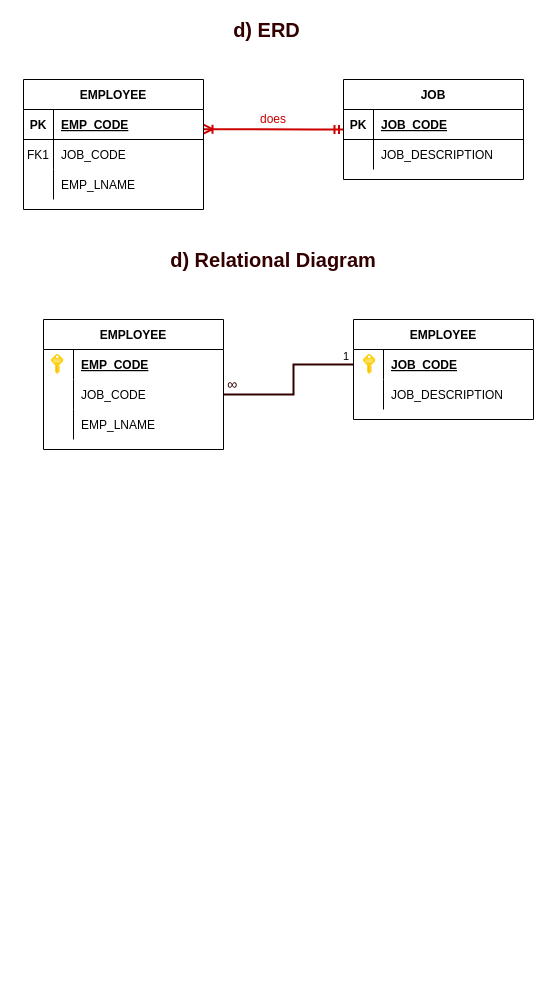
Above: ERG3010-A2.drawio in EliWangC/Database-SQL (draw.io), before the change. Source tidied: cells renumbered, new cells numbered last; positions are measured from the earlier drawing's top-left corner, leaving out a move shared by most shapes. Both pictures are drawn from the tidied source at 100%, with x=0, y=0 at pixel (23, 19).
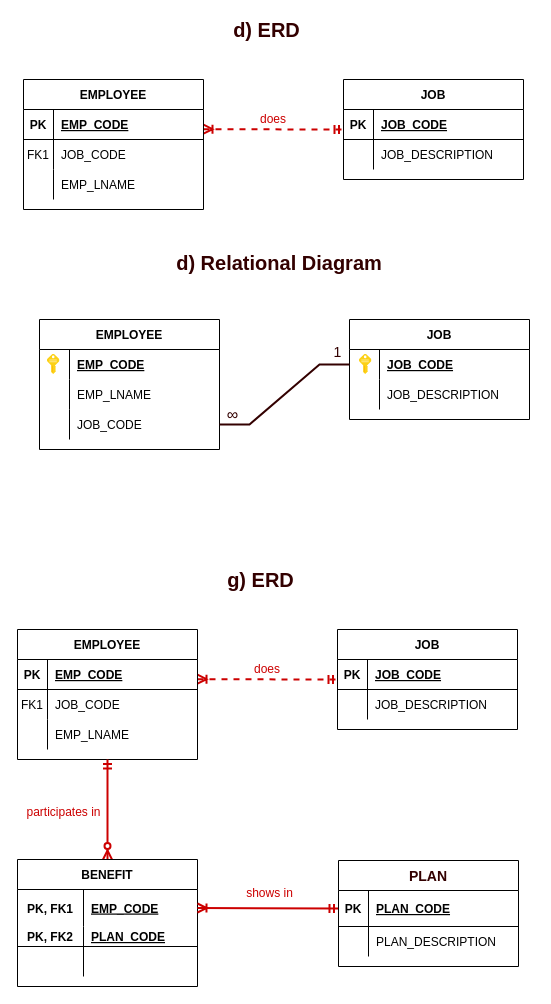
After the change.

The change refers to these unchanged cells:
```xml
<mxCell id="14" value="JOB" style="shape=table;startSize=30;childLayout=tableLayout;rowLines=0;fontStyle=1;align=center;" parent="1" vertex="1">
  <mxGeometry x="320" y="60" width="180" height="100" as="geometry" />
</mxCell>
<mxCell id="36" style="shape=partialRectangle;fillColor=none;top=0;left=0;bottom=1;right=0;points=[[0,0.5],[1,0.5]];portConstraint=eastwest;strokeColor=none;" parent="35" vertex="1">
  <mxGeometry y="30" width="180" height="30" as="geometry" />
</mxCell>
```

Change to the diagram source:
```diff
@@
-    <mxCell id="2" style="edgeStyle=entityRelationEdgeStyle;fontSize=12;html=1;endArrow=ERmandOne;startArrow=ERoneToMany;rounded=0;entryX=0;entryY=0.5;entryDx=0;entryDy=0;strokeColor=#CC0000;strokeWidth=2;" parent="1" edge="1" target="14">
+    <mxCell id="2" style="edgeStyle=entityRelationEdgeStyle;fontSize=12;html=1;endArrow=ERmandOne;startArrow=ERoneToMany;rounded=0;entryX=0;entryY=0.5;entryDx=0;entryDy=0;strokeColor=#CC0000;strokeWidth=2;dashed=1;" parent="1" edge="1" target="14">
       <mxGeometry relative="1" as="geometry">
         <mxPoint x="180" y="109.7" as="sourcePoint" />
       </mxGeometry>
     </mxCell>
@@
     <mxCell id="22" value="d) Relational Diagram" style="text;html=1;strokeColor=none;fillColor=none;align=center;verticalAlign=middle;whiteSpace=wrap;rounded=0;fontColor=#330000;fontStyle=1;fontSize=20;" parent="1" vertex="1">
-      <mxGeometry x="110" y="230" width="280" height="20" as="geometry" />
+      <mxGeometry x="116" y="233" width="280" height="20" as="geometry" />
     </mxCell>
@@
     <mxCell id="24" value="EMPLOYEE" style="shape=table;startSize=30;childLayout=tableLayout;rowLines=0;fontStyle=1;align=center;" parent="1" vertex="1">
-      <mxGeometry x="20" y="300" width="180" height="130" as="geometry" />
+      <mxGeometry x="16" y="300" width="180" height="130" as="geometry" />
     </mxCell>
@@
+    <mxCell id="31" style="shape=partialRectangle;fillColor=none;top=0;left=0;bottom=0;right=0;" parent="24" vertex="1">
+      <mxGeometry y="60" width="180" height="30" as="geometry" />
+    </mxCell>
+    <mxCell id="32" style="shape=partialRectangle;fillColor=none;top=0;left=0;bottom=0;right=0;overflow=hidden;strokeColor=none;" parent="31" vertex="1">
+      <mxGeometry width="30" height="30" as="geometry" />
+    </mxCell>
+    <mxCell id="33" value="EMP_LNAME" style="shape=partialRectangle;fillColor=none;top=0;left=0;bottom=0;right=0;align=left;spacingLeft=6;overflow=hidden;verticalAlign=middle;" parent="31" vertex="1">
+      <mxGeometry x="30" width="150" height="30" as="geometry" />
+    </mxCell>
     <mxCell id="28" style="shape=partialRectangle;fillColor=none;top=0;left=0;bottom=0;right=0;points=[[0,0.5],[1,0.5]];portConstraint=eastwest;" parent="24" vertex="1">
-      <mxGeometry y="60" width="180" height="30" as="geometry" />
+      <mxGeometry y="90" width="180" height="30" as="geometry" />
     </mxCell>
@@
-    <mxCell id="31" style="shape=partialRectangle;fillColor=none;top=0;left=0;bottom=0;right=0;" parent="24" vertex="1">
-      <mxGeometry y="90" width="180" height="30" as="geometry" />
-    </mxCell>
-    <mxCell id="32" style="shape=partialRectangle;fillColor=none;top=0;left=0;bottom=0;right=0;overflow=hidden;strokeColor=none;" parent="31" vertex="1">
-      <mxGeometry width="30" height="30" as="geometry" />
-    </mxCell>
-    <mxCell id="33" value="EMP_LNAME" style="shape=partialRectangle;fillColor=none;top=0;left=0;bottom=0;right=0;align=left;spacingLeft=6;overflow=hidden;verticalAlign=middle;" parent="31" vertex="1">
-      <mxGeometry x="30" width="150" height="30" as="geometry" />
-    </mxCell>
     <mxCell id="34" style="html=1;align=center;image;fontSize=12;image=img/lib/mscae/Key.svg;fillColor=none;" parent="1" vertex="1">
-      <mxGeometry x="28" y="335" width="12.4" height="20" as="geometry" />
+      <mxGeometry x="24" y="335" width="12.4" height="20" as="geometry" />
     </mxCell>
-    <mxCell id="35" value="EMPLOYEE" style="shape=table;startSize=30;childLayout=tableLayout;rowLines=0;fontStyle=1;align=center;" parent="1" vertex="1">
-      <mxGeometry x="330" y="300" width="180" height="100" as="geometry" />
+    <mxCell id="35" value="JOB" style="shape=table;startSize=30;childLayout=tableLayout;rowLines=0;fontStyle=1;align=center;" parent="1" vertex="1">
+      <mxGeometry x="326" y="300" width="180" height="100" as="geometry" />
     </mxCell>
@@
     <mxCell id="42" style="html=1;align=center;image;fontSize=12;image=img/lib/mscae/Key.svg;fillColor=none;" parent="1" vertex="1">
-      <mxGeometry x="340" y="335" width="12.4" height="20" as="geometry" />
+      <mxGeometry x="336" y="335" width="12.4" height="20" as="geometry" />
     </mxCell>
+    <mxCell id="46" style="edgeStyle=entityRelationEdgeStyle;fontSize=12;html=1;endArrow=ERmandOne;startArrow=ERoneToMany;rounded=0;entryX=0;entryY=0.5;entryDx=0;entryDy=0;strokeColor=#CC0000;strokeWidth=2;dashed=1;" parent="1" edge="1" target="59">
+      <mxGeometry relative="1" as="geometry">
+        <mxPoint x="174" y="659.7" as="sourcePoint" />
+      </mxGeometry>
+    </mxCell>
+    <mxCell id="47" value="does" style="text;html=1;strokeColor=none;fillColor=none;align=center;verticalAlign=middle;whiteSpace=wrap;rounded=0;fontColor=#CC0000;" parent="1" vertex="1">
+      <mxGeometry x="224" y="640" width="40" height="20" as="geometry" />
+    </mxCell>
+    <mxCell id="48" value="g) ERD" style="text;html=1;strokeColor=none;fillColor=none;align=center;verticalAlign=middle;whiteSpace=wrap;rounded=0;fontColor=#330000;fontStyle=1;fontSize=20;" parent="1" vertex="1">
+      <mxGeometry x="194" y="550" width="87" height="20" as="geometry" />
+    </mxCell>
+    <mxCell id="49" value="EMPLOYEE" style="shape=table;startSize=30;childLayout=tableLayout;rowLines=0;fontStyle=1;align=center;" parent="1" vertex="1">
+      <mxGeometry x="-6" y="610" width="180" height="130" as="geometry" />
+    </mxCell>
+    <mxCell id="50" style="shape=partialRectangle;fillColor=none;top=0;left=0;bottom=1;right=0;" parent="49" vertex="1">
+      <mxGeometry y="30" width="180" height="30" as="geometry" />
+    </mxCell>
+    <mxCell id="51" value="PK" style="shape=partialRectangle;fillColor=none;top=0;left=0;bottom=0;right=0;fontStyle=1;overflow=hidden;" parent="50" vertex="1">
+      <mxGeometry width="30" height="30" as="geometry" />
+    </mxCell>
+    <mxCell id="52" value="EMP_CODE" style="shape=partialRectangle;fillColor=none;top=0;left=0;bottom=0;right=0;align=left;spacingLeft=6;fontStyle=5;overflow=hidden;horizontal=1;" parent="50" vertex="1">
+      <mxGeometry x="30" width="150" height="30" as="geometry" />
+    </mxCell>
+    <mxCell id="53" style="shape=partialRectangle;fillColor=none;top=0;left=0;bottom=0;right=0;" parent="49" vertex="1">
+      <mxGeometry y="60" width="180" height="30" as="geometry" />
+    </mxCell>
+    <mxCell id="54" value="FK1" style="shape=partialRectangle;fillColor=none;top=0;left=0;bottom=0;right=0;overflow=hidden;" parent="53" vertex="1">
+      <mxGeometry width="30" height="30" as="geometry" />
+    </mxCell>
+    <mxCell id="55" value="JOB_CODE" style="shape=partialRectangle;fillColor=none;top=0;left=0;bottom=0;right=0;align=left;spacingLeft=6;overflow=hidden;verticalAlign=middle;" parent="53" vertex="1">
+      <mxGeometry x="30" width="150" height="30" as="geometry" />
+    </mxCell>
+    <mxCell id="56" style="shape=partialRectangle;fillColor=none;top=0;left=0;bottom=0;right=0;" parent="49" vertex="1">
+      <mxGeometry y="90" width="180" height="30" as="geometry" />
+    </mxCell>
+    <mxCell id="57" style="shape=partialRectangle;fillColor=none;top=0;left=0;bottom=0;right=0;overflow=hidden;" parent="56" vertex="1">
+      <mxGeometry width="30" height="30" as="geometry" />
+    </mxCell>
+    <mxCell id="58" value="EMP_LNAME" style="shape=partialRectangle;fillColor=none;top=0;left=0;bottom=0;right=0;align=left;spacingLeft=6;overflow=hidden;verticalAlign=middle;" parent="56" vertex="1">
+      <mxGeometry x="30" width="150" height="30" as="geometry" />
+    </mxCell>
+    <mxCell id="59" value="JOB" style="shape=table;startSize=30;childLayout=tableLayout;rowLines=0;fontStyle=1;align=center;" parent="1" vertex="1">
+      <mxGeometry x="314" y="610" width="180" height="100" as="geometry" />
+    </mxCell>
+    <mxCell id="60" style="shape=partialRectangle;fillColor=none;top=0;left=0;bottom=1;right=0;" parent="59" vertex="1">
+      <mxGeometry y="30" width="180" height="30" as="geometry" />
+    </mxCell>
+    <mxCell id="61" value="PK" style="shape=partialRectangle;fillColor=none;top=0;left=0;bottom=0;right=0;fontStyle=1;overflow=hidden;" parent="60" vertex="1">
+      <mxGeometry width="30" height="30" as="geometry" />
+    </mxCell>
+    <mxCell id="62" value="JOB_CODE" style="shape=partialRectangle;fillColor=none;top=0;left=0;bottom=0;right=0;align=left;spacingLeft=6;fontStyle=5;overflow=hidden;horizontal=1;" parent="60" vertex="1">
+      <mxGeometry x="30" width="150" height="30" as="geometry" />
+    </mxCell>
+    <mxCell id="63" style="shape=partialRectangle;fillColor=none;top=0;left=0;bottom=0;right=0;" parent="59" vertex="1">
+      <mxGeometry y="60" width="180" height="30" as="geometry" />
+    </mxCell>
+    <mxCell id="64" style="shape=partialRectangle;fillColor=none;top=0;left=0;bottom=0;right=0;overflow=hidden;" parent="63" vertex="1">
+      <mxGeometry width="30" height="30" as="geometry" />
+    </mxCell>
+    <mxCell id="65" value="JOB_DESCRIPTION" style="shape=partialRectangle;fillColor=none;top=0;left=0;bottom=0;right=0;align=left;spacingLeft=6;overflow=hidden;verticalAlign=middle;" parent="63" vertex="1">
+      <mxGeometry x="30" width="150" height="30" as="geometry" />
+    </mxCell>
+    <mxCell id="66" style="fontSize=12;html=1;endArrow=ERmandOne;startArrow=ERzeroToMany;strokeWidth=2;rounded=0;entryX=0.5;entryY=1;entryDx=0;entryDy=0;strokeColor=#CC0000;exitX=0.5;exitY=0;exitDx=0;exitDy=0;startFill=1;endFill=0;" parent="1" edge="1" source="68" target="49">
+      <mxGeometry relative="1" as="geometry" />
+    </mxCell>
-    <mxCell id="43" style="endArrow=none;html=1;edgeStyle=orthogonalEdgeStyle;strokeWidth=2;fontSize=20;fontColor=#330000;rounded=0;exitX=1;exitY=0.5;exitDx=0;exitDy=0;entryX=0;entryY=0.5;entryDx=0;entryDy=0;strokeColor=#330000;" parent="1" edge="1" source="28" target="36">
-      <mxGeometry relative="1" as="geometry">
-        <Array as="points">
-          <mxPoint x="270" y="375" />
-          <mxPoint x="270" y="345" />
-        </Array>
-      </mxGeometry>
+    <mxCell id="43" style="edgeStyle=entityRelationEdgeStyle;fontSize=12;html=1;endArrow=none;endFill=0;strokeColor=#330000;strokeWidth=2;rounded=0;entryX=0;entryY=0.5;entryDx=0;entryDy=0;exitX=1;exitY=0.5;exitDx=0;exitDy=0;" parent="1" edge="1" source="28" target="36">
+      <mxGeometry relative="1" as="geometry" />
     </mxCell>
+    <mxCell id="45" value="1" style="text;html=1;align=center;verticalAlign=middle;fontSize=14;fontColor=#330000;" parent="1" vertex="1">
+      <mxGeometry x="304" y="323" width="20" height="20" as="geometry" />
+    </mxCell>
-    <mxCell id="44" value="∞" style="edgeLabel;html=1;align=left;verticalAlign=bottom;fontColor=#330000;fontSize=14;" parent="43" vertex="1">
-      <mxGeometry x="-1" relative="1" as="geometry">
-        <mxPoint x="2" as="offset" />
-      </mxGeometry>
+    <mxCell id="44" value="∞" style="text;html=1;align=center;verticalAlign=middle;fontSize=16;fontColor=#330000;" parent="1" vertex="1">
+      <mxGeometry x="194" y="385" width="30" height="20" as="geometry" />
     </mxCell>
-    <mxCell id="45" value="1" style="edgeLabel;html=1;align=right;verticalAlign=bottom;" parent="43" vertex="1">
-      <mxGeometry x="1" relative="1" as="geometry">
-        <mxPoint x="-4" as="offset" />
-      </mxGeometry>
-    </mxCell>
+    <mxCell id="67" value="participates in" style="text;html=1;align=center;verticalAlign=middle;fontSize=12;fontColor=#CC0000;" parent="1" vertex="1">
+      <mxGeometry x="-5" y="783" width="90" height="20" as="geometry" />
+    </mxCell>
+    <mxCell id="68" value="BENEFIT" style="shape=table;startSize=30;childLayout=tableLayout;rowLines=0;fontStyle=1;align=center;fillColor=none;fontSize=12;" parent="1" vertex="1">
+      <mxGeometry x="-6" y="840" width="180" height="127" as="geometry" />
+    </mxCell>
+    <mxCell id="69" style="shape=partialRectangle;fillColor=none;top=0;left=0;bottom=1;right=0;points=[[0,0.5],[1,0.5]];portConstraint=eastwest;dashed=1;strokeColor=none;" parent="68" vertex="1">
+      <mxGeometry y="30" width="180" height="37" as="geometry" />
+    </mxCell>
+    <mxCell id="70" value="PK, FK1" style="shape=partialRectangle;fillColor=none;top=0;left=0;bottom=0;right=0;fontStyle=1;overflow=hidden;verticalAlign=middle;" parent="69" vertex="1">
+      <mxGeometry width="66" height="37" as="geometry" />
+    </mxCell>
+    <mxCell id="71" value="EMP_CODE" style="shape=partialRectangle;fillColor=none;top=0;left=0;bottom=0;right=0;align=left;spacingLeft=6;fontStyle=5;overflow=hidden;horizontal=1;verticalAlign=middle;" parent="69" vertex="1">
+      <mxGeometry x="66" width="114" height="37" as="geometry" />
+    </mxCell>
+    <mxCell id="72" style="shape=partialRectangle;fillColor=none;top=0;left=0;bottom=1;right=0;" parent="68" vertex="1">
+      <mxGeometry y="67" width="180" height="20" as="geometry" />
+    </mxCell>
+    <mxCell id="73" value="PK, FK2" style="shape=partialRectangle;fillColor=none;top=0;left=0;bottom=0;right=0;fontStyle=1;overflow=hidden;" parent="72" vertex="1">
+      <mxGeometry width="66" height="20" as="geometry" />
+    </mxCell>
+    <mxCell id="74" value="PLAN_CODE" style="shape=partialRectangle;fillColor=none;top=0;left=0;bottom=0;right=0;align=left;spacingLeft=6;fontStyle=5;overflow=hidden;horizontal=1;" parent="72" vertex="1">
+      <mxGeometry x="66" width="114" height="20" as="geometry" />
+    </mxCell>
+    <mxCell id="75" style="shape=partialRectangle;fillColor=none;top=0;left=0;bottom=0;right=0;" parent="68" vertex="1">
+      <mxGeometry y="87" width="180" height="30" as="geometry" />
+    </mxCell>
+    <mxCell id="76" style="shape=partialRectangle;fillColor=none;top=0;left=0;bottom=0;right=0;overflow=hidden;" parent="75" vertex="1">
+      <mxGeometry width="66" height="30" as="geometry" />
+    </mxCell>
+    <mxCell id="77" style="shape=partialRectangle;fillColor=none;top=0;left=0;bottom=0;right=0;align=left;spacingLeft=6;overflow=hidden;verticalAlign=middle;" parent="75" vertex="1">
+      <mxGeometry x="66" width="114" height="30" as="geometry" />
+    </mxCell>
+    <mxCell id="78" style="fontSize=12;html=1;endArrow=ERmandOne;startArrow=ERoneToMany;strokeColor=#CC0000;strokeWidth=2;rounded=0;entryX=0;entryY=0.5;entryDx=0;entryDy=0;exitX=1;exitY=0.5;exitDx=0;exitDy=0;startFill=0;endFill=0;" parent="1" edge="1" source="69" target="80">
+      <mxGeometry relative="1" as="geometry" />
+    </mxCell>
+    <mxCell id="79" value="PLAN" style="shape=table;startSize=30;childLayout=tableLayout;rowLines=0;fontStyle=1;align=center;fillColor=none;fontSize=14;fontColor=#330000;" parent="1" vertex="1">
+      <mxGeometry x="315" y="841" width="180" height="106" as="geometry" />
+    </mxCell>
+    <mxCell id="80" style="shape=partialRectangle;fillColor=none;top=0;left=0;bottom=1;right=0;points=[[0,0.5],[1,0.5]];portConstraint=eastwest;" parent="79" vertex="1">
+      <mxGeometry y="30" width="180" height="36" as="geometry" />
+    </mxCell>
+    <mxCell id="81" value="PK" style="shape=partialRectangle;fillColor=none;top=0;left=0;bottom=0;right=0;fontStyle=1;overflow=hidden;" parent="80" vertex="1">
+      <mxGeometry width="30" height="36" as="geometry" />
+    </mxCell>
+    <mxCell id="82" value="PLAN_CODE" style="shape=partialRectangle;fillColor=none;top=0;left=0;bottom=0;right=0;align=left;spacingLeft=6;fontStyle=5;overflow=hidden;horizontal=1;" parent="80" vertex="1">
+      <mxGeometry x="30" width="150" height="36" as="geometry" />
+    </mxCell>
+    <mxCell id="83" style="shape=partialRectangle;fillColor=none;top=0;left=0;bottom=0;right=0;" parent="79" vertex="1">
+      <mxGeometry y="66" width="180" height="30" as="geometry" />
+    </mxCell>
+    <mxCell id="84" style="shape=partialRectangle;fillColor=none;top=0;left=0;bottom=0;right=0;overflow=hidden;" parent="83" vertex="1">
+      <mxGeometry width="30" height="30" as="geometry" />
+    </mxCell>
+    <mxCell id="85" value="PLAN_DESCRIPTION" style="shape=partialRectangle;fillColor=none;top=0;left=0;bottom=0;right=0;align=left;spacingLeft=6;overflow=hidden;verticalAlign=middle;" parent="83" vertex="1">
+      <mxGeometry x="30" width="150" height="30" as="geometry" />
+    </mxCell>
+    <mxCell id="86" value="shows in" style="text;html=1;align=center;verticalAlign=middle;fontSize=12;fontColor=#CC0000;" parent="1" vertex="1">
+      <mxGeometry x="216" y="864" width="60" height="20" as="geometry" />
+    </mxCell>
```
